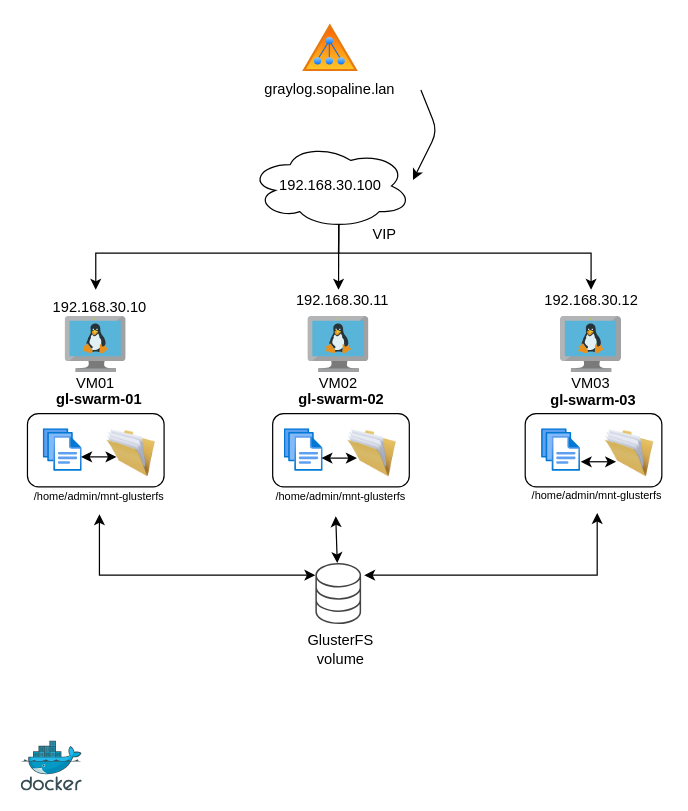
Before: Graylog Cluster Swarm.drawio in s0p4L1n3/Graylog-Cluster-Docker-Swarm, a draw.io diagram. Source tidied: cells renumbered, new cells numbered last; positions are measured from the earlier drawing's top-left corner, leaving out a move shared by most shapes. Both pictures are drawn from the tidied source at 122%, with x=0, y=0 at pixel (21, 21).
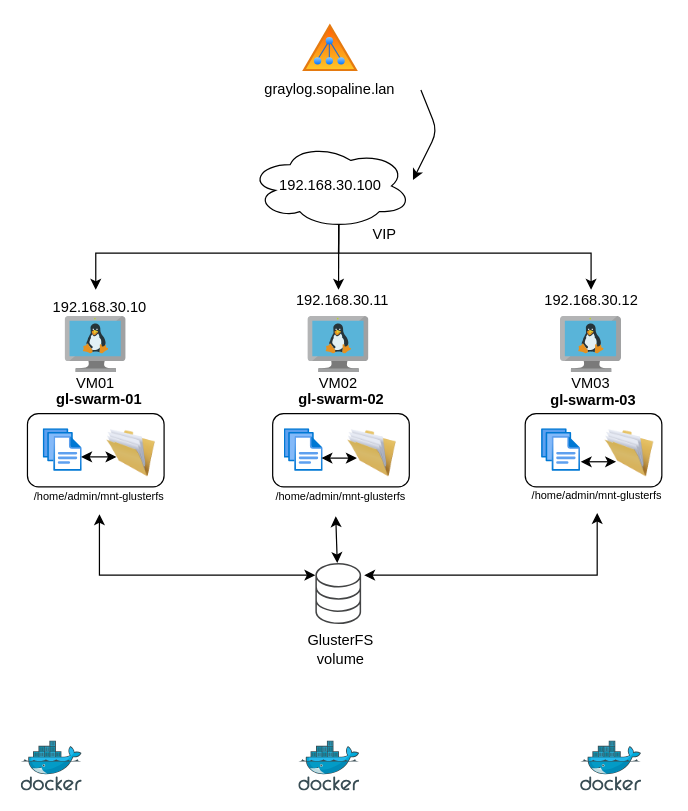
The same page after the edit.

Commit message (it also covers changes not shown here):
Mettre à jour Graylog Cluster Swarm.drawio

Diff of the diagram source:
```diff
@@
+    <mxCell id="43" style="image;sketch=0;html=1;align=center;fontSize=12;image=img/lib/mscae/Docker.svg;fontStyle=1;" parent="1" vertex="1">
+      <mxGeometry x="227.5" y="590" width="50" height="41" as="geometry" />
+    </mxCell>
+    <mxCell id="44" style="image;sketch=0;html=1;align=center;fontSize=12;image=img/lib/mscae/Docker.svg;fontStyle=1;" parent="1" vertex="1">
+      <mxGeometry x="458.5" y="590" width="50" height="41" as="geometry" />
+    </mxCell>
```
